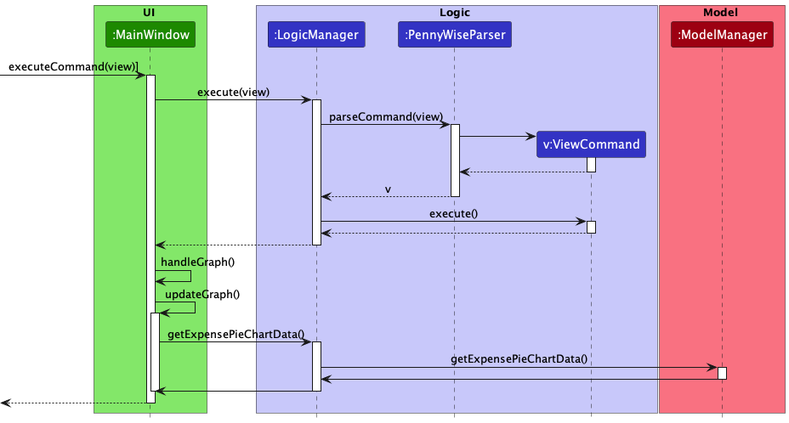
Before: docs/images/PieChartViewSequenceDiagram.png, a diagram exported from PlantUML (nus-cs2103-AY2223S1/tp).
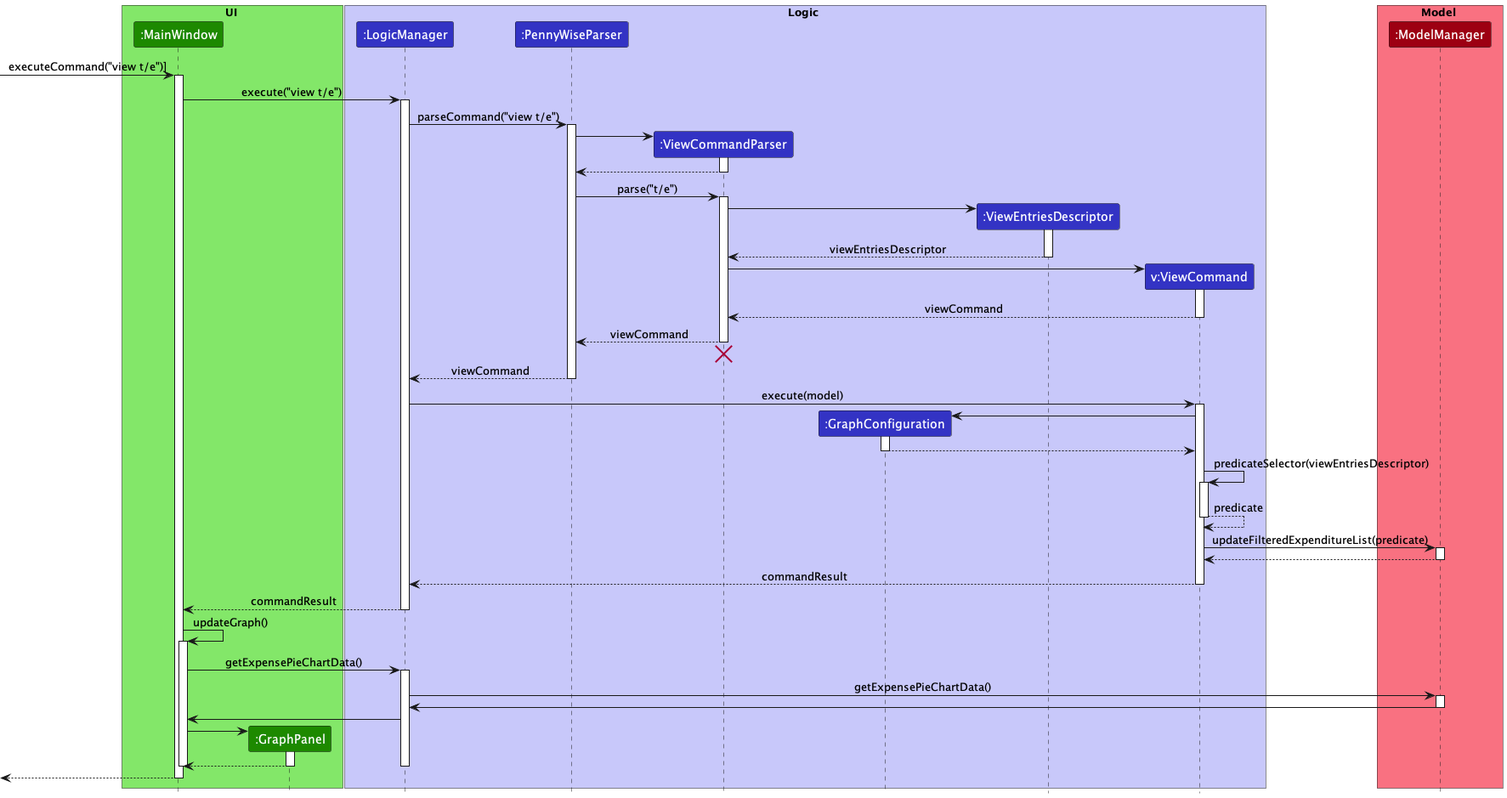
Later version of the same file.

Diff of the diagram source:
```diff
@@ -3,11 +3,15 @@
 
 box UI UI_COLOR_T1
 participant ":MainWindow" as MainWindow UI_COLOR
+participant ":GraphPanel" as GraphPanel UI_COLOR
 end box
 
 box Logic LOGIC_COLOR_T1
 participant ":LogicManager" as LogicManager LOGIC_COLOR
 participant ":PennyWiseParser" as PennyWiseParser LOGIC_COLOR
+participant ":ViewCommandParser" as ViewCommandParser LOGIC_COLOR
+participant ":GraphConfiguration" as GraphConfiguration LOGIC_COLOR
+participant ":ViewEntriesDescriptor" as ViewEntriesDescriptor LOGIC_COLOR
 participant "v:ViewCommand" as ViewCommand LOGIC_COLOR
 end box
 
@@ -15,35 +19,65 @@
 participant ":ModelManager" as ModelManager MODEL_COLOR
 end box
 
-[-> MainWindow: executeCommand(view)]
+[-> MainWindow: executeCommand("view t/e")]
 activate MainWindow
 
-MainWindow -> LogicManager : execute(view)
+MainWindow -> LogicManager : execute("view t/e")
 activate LogicManager
 
-LogicManager -> PennyWiseParser : parseCommand(view)
+LogicManager -> PennyWiseParser : parseCommand("view t/e")
 activate PennyWiseParser
 
+create ViewCommandParser
+PennyWiseParser -> ViewCommandParser
+activate ViewCommandParser
+ViewCommandParser --> PennyWiseParser
+deactivate ViewCommandParser
+
+PennyWiseParser -> ViewCommandParser : parse("t/e")
+activate ViewCommandParser
+create ViewEntriesDescriptor
+ViewCommandParser -> ViewEntriesDescriptor
+activate ViewEntriesDescriptor
+ViewEntriesDescriptor --> ViewCommandParser : viewEntriesDescriptor
+deactivate ViewEntriesDescriptor
 create ViewCommand
-PennyWiseParser -> ViewCommand
+ViewCommandParser -> ViewCommand
+activate ViewCommand
+ViewCommand --> ViewCommandParser : viewCommand
+deactivate ViewCommand
+ViewCommandParser --> PennyWiseParser : viewCommand
+deactivate ViewCommandParser
+ViewCommandParser -[hidden]-> PennyWiseParser
+destroy ViewCommandParser
+
+PennyWiseParser --> LogicManager : viewCommand
+deactivate PennyWiseParser
+
+LogicManager -> ViewCommand : execute(model)
 activate ViewCommand
 
-ViewCommand --> PennyWiseParser
+create GraphConfiguration
+ViewCommand -> GraphConfiguration
+activate GraphConfiguration
+GraphConfiguration --> ViewCommand
+deactivate GraphConfiguration
+
+ViewCommand -> ViewCommand : predicateSelector(viewEntriesDescriptor)
+activate ViewCommand
+ViewCommand --> ViewCommand : predicate
 deactivate ViewCommand
 
-PennyWiseParser --> LogicManager : v
-deactivate PennyWiseParser
-
-LogicManager -> ViewCommand : execute()
-activate ViewCommand
-
-ViewCommand --> LogicManager
+ViewCommand -> ModelManager : updateFilteredExpenditureList(predicate)
+activate ModelManager
+ModelManager --> ViewCommand
+deactivate ModelManager
+ViewCommand --> LogicManager : commandResult
 deactivate ViewCommand
 
-LogicManager --> MainWindow :
+LogicManager --> MainWindow : commandResult
 deactivate LogicManager
 
-MainWindow -> MainWindow : handleGraph()
 MainWindow -> MainWindow : updateGraph()
 activate MainWindow
 
@@ -57,6 +91,12 @@
 deactivate ModelManager
 
 LogicManager -> MainWindow
+
+create GraphPanel
+MainWindow -> GraphPanel
+activate GraphPanel
+GraphPanel --> MainWindow
+deactivate GraphPanel
 deactivate LogicManager
 deactivate MainWindow
 
```
